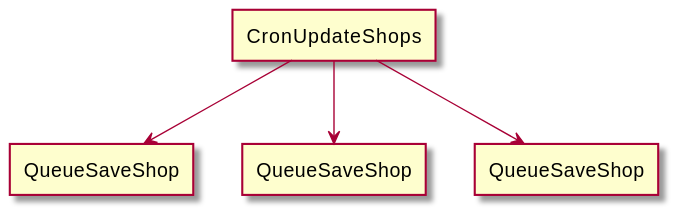
Before: function/_img/overview.svg, a diagram exported from PlantUML (sue445/primap). Its diagram source:
```plantuml
@startuml
agent CronUpdateShops
agent QueueSaveShop as QueueSaveShop1
agent QueueSaveShop as QueueSaveShop2
agent QueueSaveShop as QueueSaveShop3

CronUpdateShops -down-> QueueSaveShop1
CronUpdateShops -down-> QueueSaveShop2
CronUpdateShops -down-> QueueSaveShop3
@enduml
```
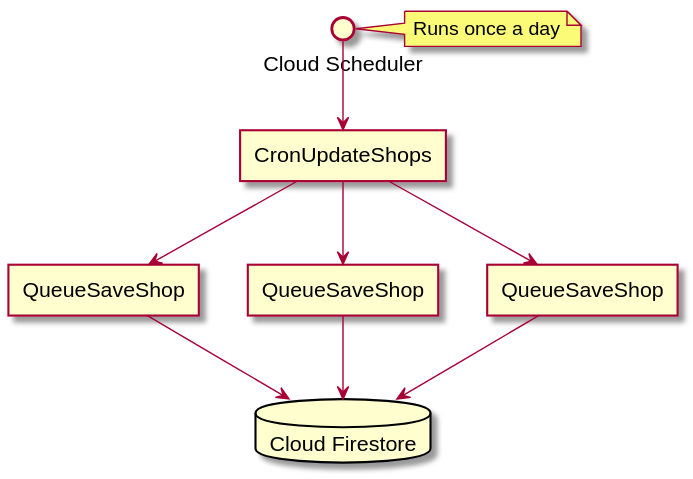
Above is the later version.

What changed in the source:
```diff
@@ -1,10 +1,18 @@
 @startuml
+interface "Cloud Scheduler" as CloudScheduler
+note right of CloudScheduler : Runs once a day
+
 agent CronUpdateShops
 agent QueueSaveShop as QueueSaveShop1
 agent QueueSaveShop as QueueSaveShop2
 agent QueueSaveShop as QueueSaveShop3
+database "Cloud Firestore" as CloudFirestore
 
+CloudScheduler -down-> CronUpdateShops
 CronUpdateShops -down-> QueueSaveShop1
 CronUpdateShops -down-> QueueSaveShop2
 CronUpdateShops -down-> QueueSaveShop3
+QueueSaveShop1 -down-> CloudFirestore
+QueueSaveShop2 -down-> CloudFirestore
+QueueSaveShop3 -down-> CloudFirestore
 @enduml
```
